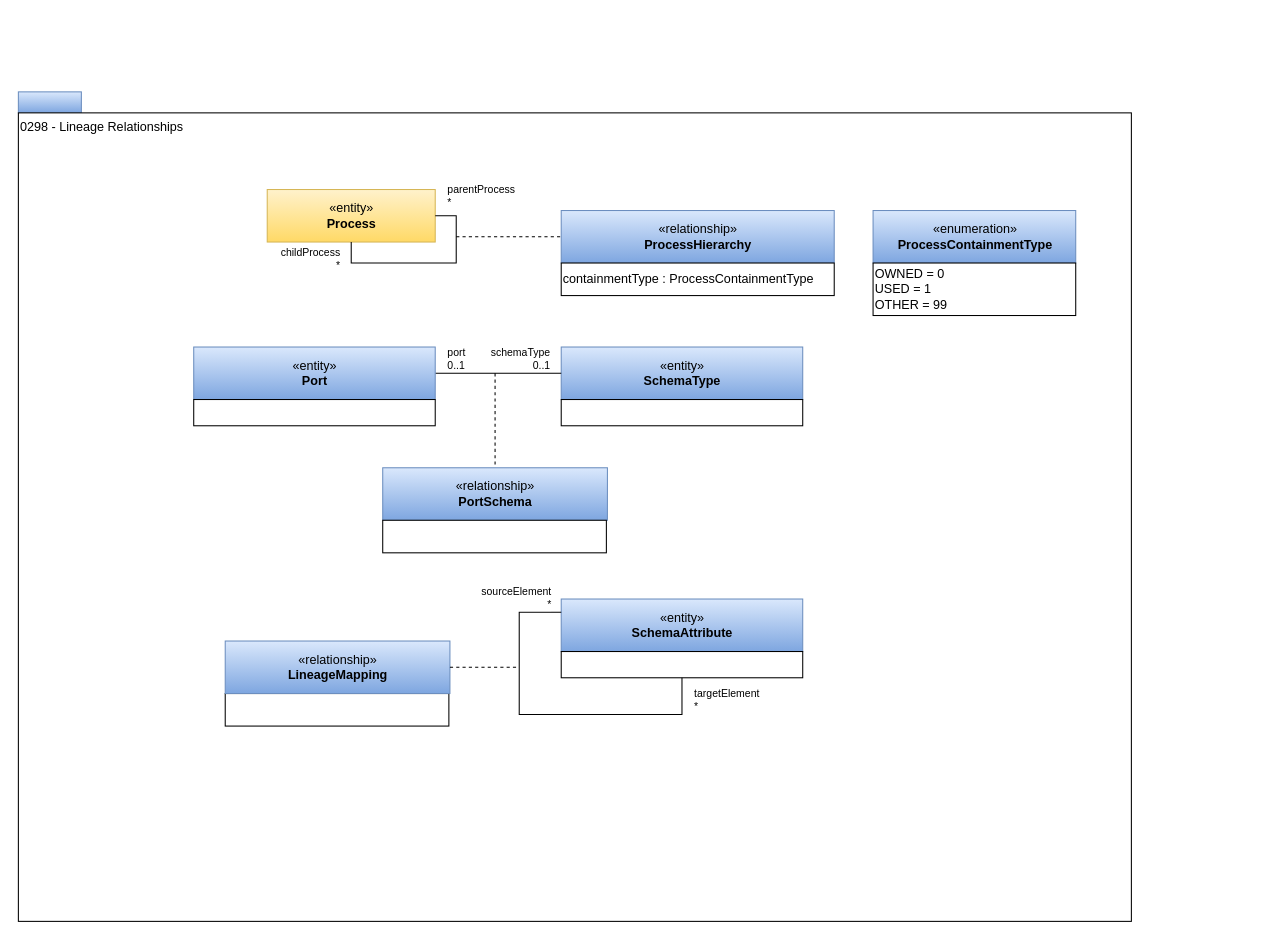
Above: page "0298-Process-Hierarchies" (12 of 12) of open-metadata-publication/website/open-metadata-types/area-2-assets.drawio in odpi/egeria (draw.io), before the change. Source tidied: cells renumbered, new cells numbered last; positions are measured from the earlier drawing's top-left corner, leaving out a move shared by most shapes. Both pictures are drawn from the tidied source at 105%, with x=0, y=0 at pixel (18, 91).
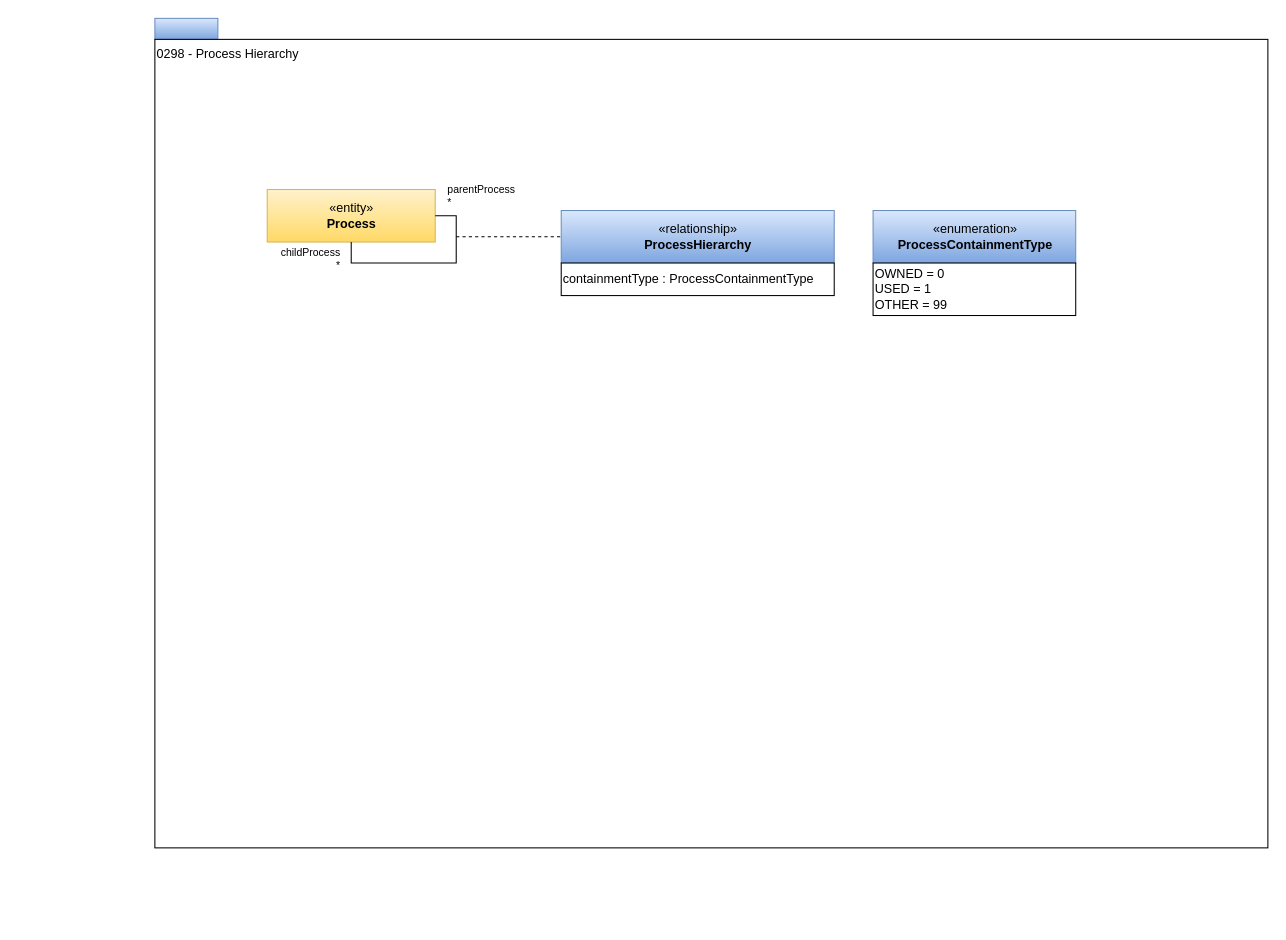
After the change.

Diff of the diagram source:
```diff
@@
     <mxCell id="2" style="rounded=0;whiteSpace=wrap;html=1;align=left;fillColor=#dae8fc;strokeColor=#6c8ebf;gradientColor=#7ea6e0;" parent="1" vertex="1">
-      <mxGeometry width="60" height="20" as="geometry" />
+      <mxGeometry x="130" y="-70" width="60" height="20" as="geometry" />
     </mxCell>
-    <mxCell id="3" value="0298 - Lineage Relationships" style="rounded=0;whiteSpace=wrap;html=1;align=left;verticalAlign=top;" parent="1" vertex="1">
-      <mxGeometry y="20" width="1060" height="770" as="geometry" />
+    <mxCell id="3" value="0298 - Process Hierarchy" style="rounded=0;whiteSpace=wrap;html=1;align=left;verticalAlign=top;" parent="1" vertex="1">
+      <mxGeometry x="130" y="-50" width="1060" height="770" as="geometry" />
     </mxCell>
@@
-    <mxCell id="13" value="«entity»&lt;br&gt;&lt;b&gt;SchemaType&lt;/b&gt;" style="html=1;strokeColor=#6c8ebf;align=center;fillColor=#dae8fc;gradientColor=#7ea6e0;" parent="1" vertex="1">
-      <mxGeometry x="517" y="243" width="230" height="50" as="geometry" />
-    </mxCell>
-    <mxCell id="14" value="&lt;span&gt;&lt;br&gt;&lt;/span&gt;" style="rounded=0;whiteSpace=wrap;html=1;strokeColor=#000000;gradientColor=#ffffff;align=left;" parent="1" vertex="1">
-      <mxGeometry x="517" y="293" width="230" height="25" as="geometry" />
-    </mxCell>
-    <mxCell id="15" value="«relationship»&lt;br&gt;&lt;b&gt;PortSchema&lt;/b&gt;" style="html=1;strokeColor=#6c8ebf;align=center;fillColor=#dae8fc;gradientColor=#7ea6e0;" parent="1" vertex="1">
-      <mxGeometry x="347" y="358" width="214" height="50" as="geometry" />
-    </mxCell>
-    <mxCell id="16" style="endArrow=none;dashed=1;html=1;entryX=0.5;entryY=0;entryDx=0;entryDy=0;" parent="1" edge="1" target="15">
-      <mxGeometry relative="1" as="geometry">
-        <mxPoint x="454" y="268" as="sourcePoint" />
-      </mxGeometry>
-    </mxCell>
-    <mxCell id="17" value="&lt;div style=&quot;text-align: left&quot;&gt;&lt;br&gt;&lt;/div&gt;" style="rounded=0;whiteSpace=wrap;html=1;strokeColor=#000000;gradientColor=#ffffff;align=left;" parent="1" vertex="1">
-      <mxGeometry x="347" y="408" width="213" height="31" as="geometry" />
-    </mxCell>
-    <mxCell id="18" value="«entity»&lt;br&gt;&lt;b&gt;SchemaAttribute&lt;/b&gt;" style="html=1;strokeColor=#6c8ebf;align=center;fillColor=#dae8fc;gradientColor=#7ea6e0;" parent="1" vertex="1">
-      <mxGeometry x="517" y="483" width="230" height="50" as="geometry" />
-    </mxCell>
-    <mxCell id="19" value="&lt;span&gt;&lt;br&gt;&lt;/span&gt;" style="rounded=0;whiteSpace=wrap;html=1;strokeColor=#000000;gradientColor=#ffffff;align=left;" parent="1" vertex="1">
-      <mxGeometry x="517" y="533" width="230" height="25" as="geometry" />
-    </mxCell>
-    <mxCell id="20" value="&lt;div style=&quot;text-align: left&quot;&gt;&lt;br&gt;&lt;/div&gt;" style="rounded=0;whiteSpace=wrap;html=1;strokeColor=#000000;gradientColor=#ffffff;align=left;" parent="1" vertex="1">
-      <mxGeometry x="197" y="573" width="213" height="31" as="geometry" />
-    </mxCell>
-    <mxCell id="21" value="«relationship»&lt;br&gt;&lt;b&gt;LineageMapping&lt;/b&gt;" style="html=1;strokeColor=#6c8ebf;align=center;fillColor=#dae8fc;gradientColor=#7ea6e0;" parent="1" vertex="1">
-      <mxGeometry x="197" y="523" width="214" height="50" as="geometry" />
-    </mxCell>
-    <mxCell id="22" style="endArrow=none;dashed=1;html=1;exitX=1;exitY=0.5;exitDx=0;exitDy=0;" parent="1" edge="1" source="21">
-      <mxGeometry relative="1" as="geometry">
-        <mxPoint x="477" y="548" as="targetPoint" />
-      </mxGeometry>
-    </mxCell>
-    <mxCell id="23" style="endArrow=none;html=1;edgeStyle=orthogonalEdgeStyle;exitX=1;exitY=0.5;exitDx=0;exitDy=0;entryX=0;entryY=0.5;entryDx=0;entryDy=0;" parent="1" edge="1" source="29" target="13">
-      <mxGeometry relative="1" as="geometry" />
-    </mxCell>
-    <mxCell id="24" value="port&lt;br&gt;0..1" style="html=1;align=left;verticalAlign=bottom;labelBackgroundColor=#ffffff;fontSize=10;" parent="23" vertex="1">
-      <mxGeometry x="-1" relative="1" as="geometry">
-        <mxPoint x="10" as="offset" />
-      </mxGeometry>
-    </mxCell>
-    <mxCell id="25" value="schemaType&lt;br&gt;0..1" style="html=1;align=right;verticalAlign=bottom;labelBackgroundColor=#ffffff;fontSize=10;" parent="23" vertex="1">
-      <mxGeometry x="1" relative="1" as="geometry">
-        <mxPoint x="-10" as="offset" />
-      </mxGeometry>
-    </mxCell>
-    <mxCell id="26" style="endArrow=none;html=1;edgeStyle=orthogonalEdgeStyle;exitX=0.5;exitY=1;exitDx=0;exitDy=0;entryX=0;entryY=0.25;entryDx=0;entryDy=0;rounded=0;" parent="1" edge="1" source="19" target="18">
-      <mxGeometry relative="1" as="geometry">
-        <Array as="points">
-          <mxPoint x="477" y="593" />
-        </Array>
-      </mxGeometry>
-    </mxCell>
-    <mxCell id="27" value="targetElement&lt;br&gt;*" style="html=1;align=left;verticalAlign=bottom;labelBackgroundColor=#ffffff;fontSize=10;" parent="26" vertex="1">
-      <mxGeometry x="-1" relative="1" as="geometry">
-        <mxPoint x="10" y="35" as="offset" />
-      </mxGeometry>
-    </mxCell>
-    <mxCell id="28" value="sourceElement&lt;br&gt;*" style="html=1;align=right;verticalAlign=bottom;labelBackgroundColor=#ffffff;fontSize=10;" parent="26" vertex="1">
-      <mxGeometry x="1" relative="1" as="geometry">
-        <mxPoint x="-10" as="offset" />
-      </mxGeometry>
-    </mxCell>
-    <mxCell id="29" value="«entity»&lt;br&gt;&lt;b&gt;Port&lt;/b&gt;" style="html=1;strokeColor=#6c8ebf;align=center;fillColor=#dae8fc;gradientColor=#7ea6e0;" parent="1" vertex="1">
-      <mxGeometry x="167" y="243" width="230" height="50" as="geometry" />
-    </mxCell>
-    <mxCell id="30" value="&lt;span&gt;&lt;br&gt;&lt;/span&gt;" style="rounded=0;whiteSpace=wrap;html=1;strokeColor=#000000;gradientColor=#ffffff;align=left;" parent="1" vertex="1">
-      <mxGeometry x="167" y="293" width="230" height="25" as="geometry" />
-    </mxCell>
```
